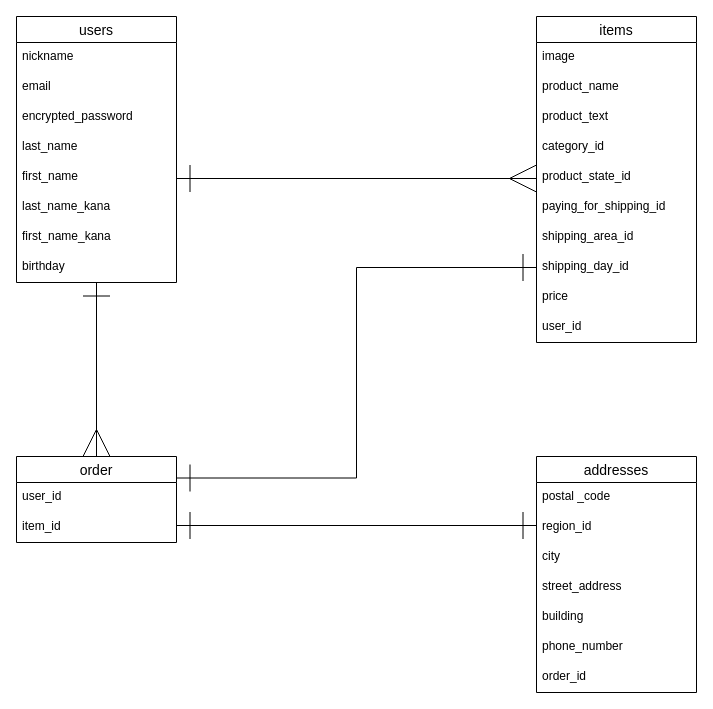
This is er.dio from satoko123/furima-31962, a draw.io file, before an edit. Source tidied: cells renumbered, new cells numbered last; positions are measured from the earlier drawing's top-left corner, leaving out a move shared by most shapes. Both pictures are drawn from the tidied source at 100%, with x=0, y=0 at pixel (16, 16).
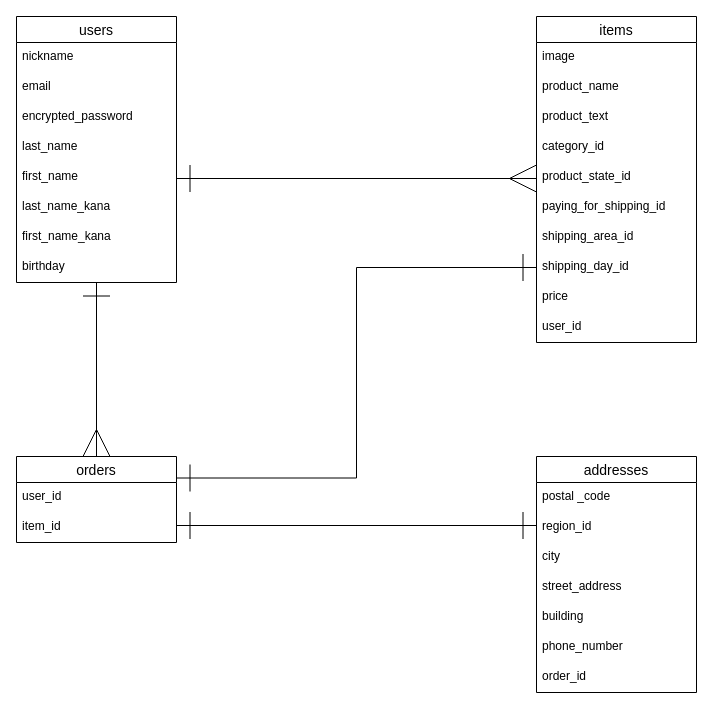
The same page after the edit.

Change to the diagram source:
```diff
@@
-    <mxCell id="23" value="order" style="swimlane;fontStyle=0;horizontal=1;startSize=26;align=center;fontSize=14;" parent="1" vertex="1">
+    <mxCell id="23" value="orders" style="swimlane;fontStyle=0;horizontal=1;startSize=26;align=center;fontSize=14;" parent="1" vertex="1">
       <mxGeometry y="440" width="160" height="86" as="geometry" />
     </mxCell>
```
